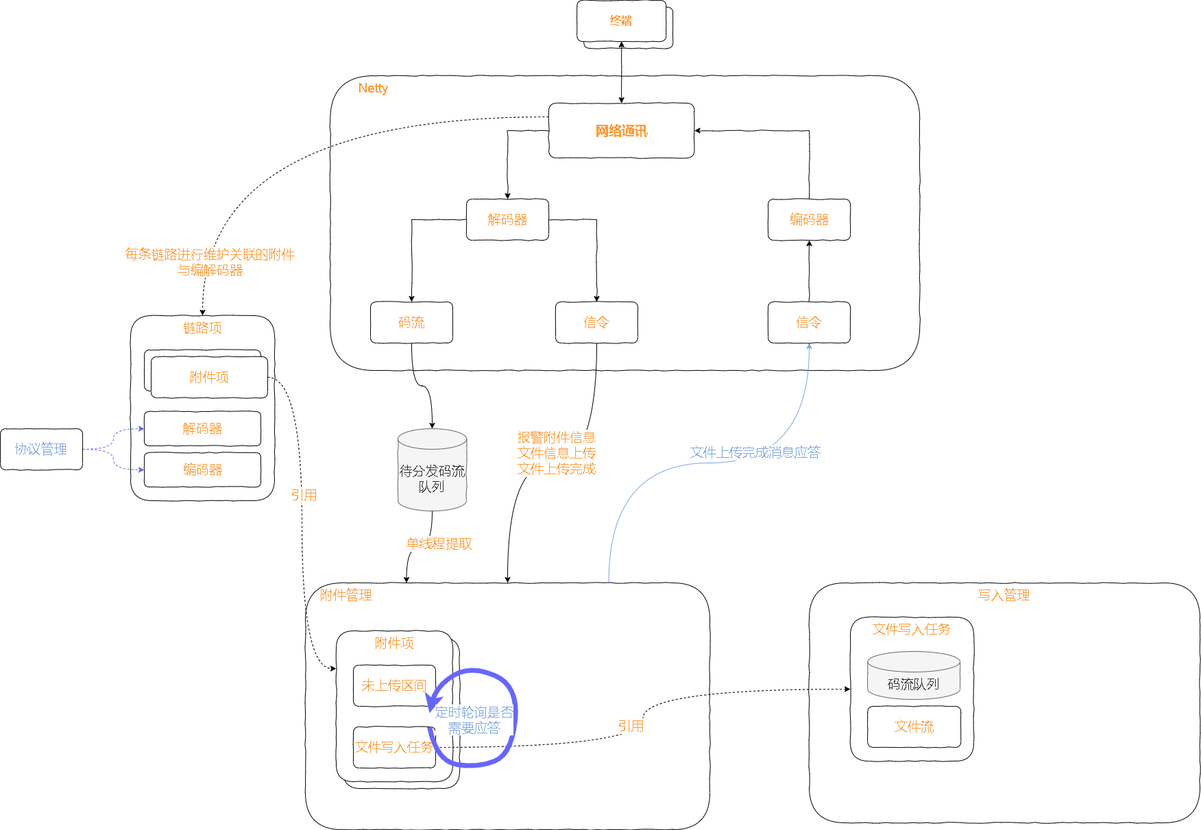
Earlier version of the draw.io export test.drawio.png (xktder/draw). Source tidied: cells renumbered, new cells last; positions are measured from the earlier drawing's top-left corner, leaving out a move shared by most shapes.
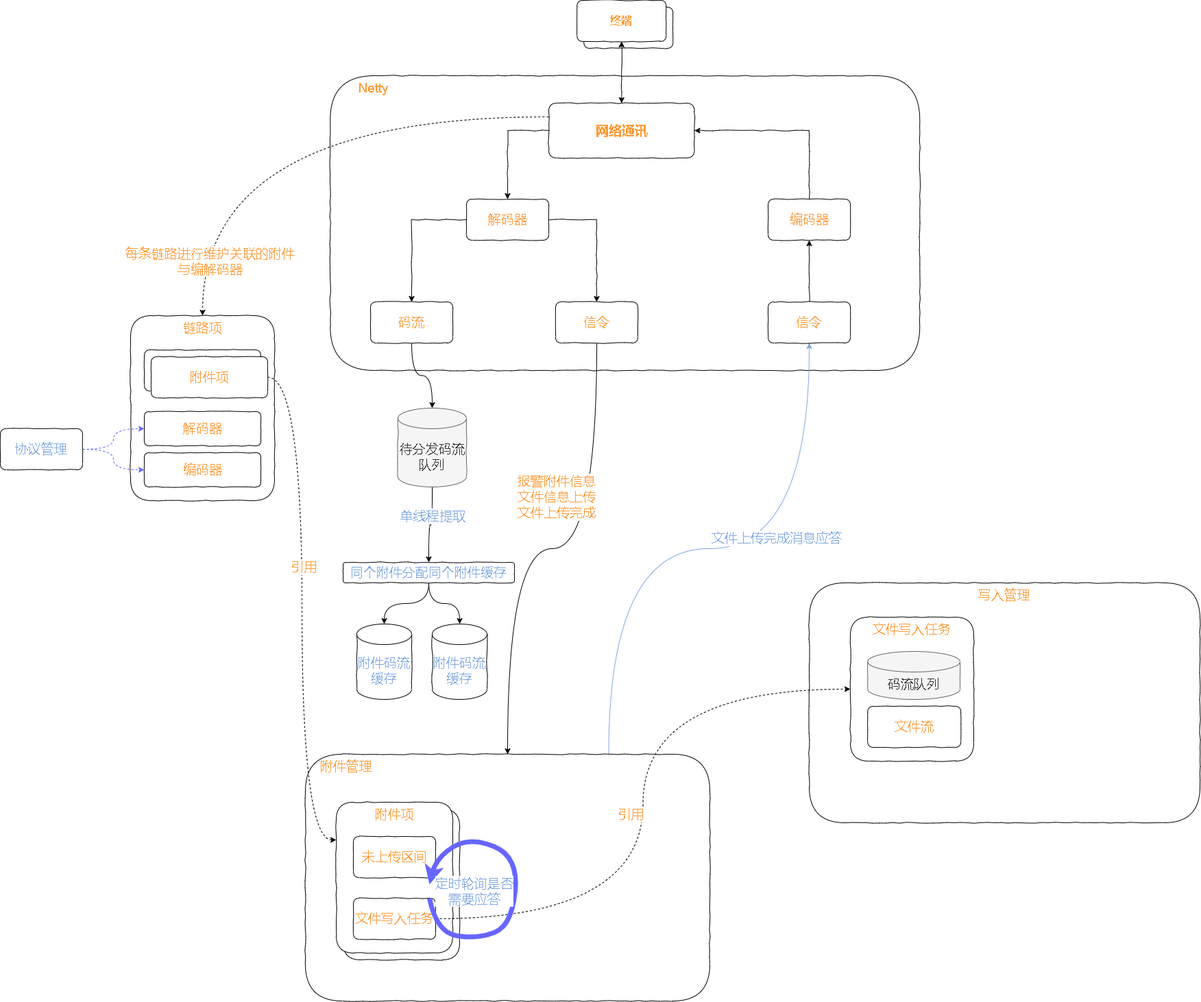
Later version of the same file.

What changed in the source:
```diff
@@ -17,7 +17,7 @@
       </mxGeometry>
     </mxCell>
     <mxCell id="6" value="&amp;nbsp; &amp;nbsp; 附件管理" style="rounded=1;whiteSpace=wrap;html=1;comic=1;fontSize=19;fontColor=#FF9933;strokeColor=default;gradientColor=none;verticalAlign=top;align=left;" parent="1" vertex="1">
-      <mxGeometry x="445" y="850" width="590" height="360" as="geometry" />
+      <mxGeometry x="445" y="1100" width="590" height="360" as="geometry" />
     </mxCell>
     <mxCell id="7" style="group;" parent="1" vertex="1">
       <mxGeometry x="841.2" width="140" height="70" as="geometry" />
@@ -83,17 +83,17 @@
     <mxCell id="26" value="信令" style="rounded=1;whiteSpace=wrap;html=1;comic=1;fontSize=19;fontColor=#FF9933;strokeColor=default;gradientColor=none;" parent="1" vertex="1">
       <mxGeometry x="1120" y="440" width="120" height="60" as="geometry" />
     </mxCell>
-    <mxCell id="27" style="edgeStyle=orthogonalEdgeStyle;curved=1;rounded=0;comic=0;jettySize=auto;html=1;entryX=0.25;entryY=0;entryDx=0;entryDy=0;fontSize=19;fontColor=#FF9933;startArrow=none;startFill=0;endArrow=classic;endFill=1;" parent="1" edge="1" source="29" target="6">
-      <mxGeometry relative="1" as="geometry" />
-    </mxCell>
+    <mxCell id="56" style="edgeStyle=orthogonalEdgeStyle;curved=1;rounded=0;comic=0;jettySize=auto;html=1;entryX=0.5;entryY=0;entryDx=0;entryDy=0;fontSize=19;fontColor=#7EA6E0;startArrow=none;startFill=0;endArrow=classic;endFill=1;strokeColor=#000000;strokeWidth=1;" parent="1" edge="1" source="29" target="61">
+      <mxGeometry relative="1" as="geometry" />
+    </mxCell>
-    <mxCell id="28" value="单线程提取" style="edgeLabel;html=1;align=center;verticalAlign=middle;fontSize=19;fontColor=#FF9933;" parent="27" vertex="1">
-      <mxGeometry x="-0.33" y="9" relative="1" as="geometry" />
+    <mxCell id="28" value="单线程提取" style="edgeLabel;html=1;align=center;verticalAlign=middle;fontSize=19;fontColor=#7EA6E0;" parent="56" vertex="1">
+      <mxGeometry x="-0.26" relative="1" as="geometry" />
     </mxCell>
     <mxCell id="29" value="待分发码流队列" style="shape=cylinder3;whiteSpace=wrap;html=1;boundedLbl=1;backgroundOutline=1;size=15;comic=1;fontSize=19;fontColor=#333333;strokeColor=#666666;fillColor=#f5f5f5;" parent="1" vertex="1">
-      <mxGeometry x="580" y="625" width="100" height="120" as="geometry" />
+      <mxGeometry x="580" y="595" width="100" height="115" as="geometry" />
     </mxCell>
     <mxCell id="30" style="group;" parent="1" vertex="1">
-      <mxGeometry x="490" y="920" width="180" height="230" as="geometry" />
+      <mxGeometry x="490" y="1170" width="180" height="230" as="geometry" />
     </mxCell>
     <mxCell id="31" style="group;" parent="30" vertex="1">
       <mxGeometry x="10" y="10" width="170" height="220" as="geometry" />
@@ -157,15 +157,15 @@
     </mxCell>
     <mxCell id="51" style="curved=1;endArrow=classic;html=1;rounded=0;comic=0;fontSize=19;fontColor=#9933FF;strokeColor=#6666FF;strokeWidth=7;" parent="1" edge="1">
       <mxGeometry relative="1" as="geometry">
-        <mxPoint x="626" y="1060" as="sourcePoint" />
-        <mxPoint x="626" y="1040" as="targetPoint" />
+        <mxPoint x="626" y="1310" as="sourcePoint" />
+        <mxPoint x="626" y="1290" as="targetPoint" />
         <Array as="points">
-          <mxPoint x="636" y="1110" />
-          <mxPoint x="696" y="1120" />
-          <mxPoint x="746" y="1100" />
-          <mxPoint x="756" y="1000" />
-          <mxPoint x="686" y="970" />
-          <mxPoint x="636" y="1000" />
+          <mxPoint x="636" y="1360" />
+          <mxPoint x="696" y="1370" />
+          <mxPoint x="746" y="1350" />
+          <mxPoint x="756" y="1250" />
+          <mxPoint x="686" y="1220" />
+          <mxPoint x="636" y="1250" />
         </Array>
       </mxGeometry>
     </mxCell>
@@ -183,5 +183,20 @@
     <mxCell id="55" value="协议管理" style="rounded=1;whiteSpace=wrap;html=1;comic=1;fontSize=19;fontColor=#7EA6E0;strokeColor=default;gradientColor=none;" parent="1" vertex="1">
       <mxGeometry y="625" width="120" height="60" as="geometry" />
     </mxCell>
+    <mxCell id="57" value="附件码流缓存" style="shape=cylinder3;whiteSpace=wrap;html=1;boundedLbl=1;backgroundOutline=1;size=15;comic=1;fontSize=19;fontColor=#7EA6E0;strokeColor=default;gradientColor=none;" parent="1" vertex="1">
+      <mxGeometry x="520" y="910" width="80" height="110" as="geometry" />
+    </mxCell>
+    <mxCell id="58" value="附件码流缓存" style="shape=cylinder3;whiteSpace=wrap;html=1;boundedLbl=1;backgroundOutline=1;size=15;comic=1;fontSize=19;fontColor=#7EA6E0;strokeColor=default;gradientColor=none;" parent="1" vertex="1">
+      <mxGeometry x="630" y="910" width="80" height="110" as="geometry" />
+    </mxCell>
+    <mxCell id="59" style="edgeStyle=orthogonalEdgeStyle;curved=1;rounded=0;comic=0;jettySize=auto;html=1;exitX=0.5;exitY=1;exitDx=0;exitDy=0;entryX=0.5;entryY=0;entryDx=0;entryDy=0;entryPerimeter=0;fontSize=19;fontColor=#7EA6E0;startArrow=none;startFill=0;endArrow=classic;endFill=1;strokeColor=#000000;strokeWidth=1;" parent="1" edge="1" source="61" target="57">
+      <mxGeometry relative="1" as="geometry" />
+    </mxCell>
+    <mxCell id="60" style="edgeStyle=orthogonalEdgeStyle;curved=1;rounded=0;comic=0;jettySize=auto;html=1;exitX=0.5;exitY=1;exitDx=0;exitDy=0;fontSize=19;fontColor=#7EA6E0;startArrow=none;startFill=0;endArrow=classic;endFill=1;strokeColor=#000000;strokeWidth=1;" parent="1" edge="1" source="61" target="58">
+      <mxGeometry relative="1" as="geometry" />
+    </mxCell>
+    <mxCell id="61" value="同个附件分配同个附件缓存" style="rounded=1;whiteSpace=wrap;html=1;comic=1;fontSize=19;fontColor=#7EA6E0;strokeColor=default;gradientColor=none;" parent="1" vertex="1">
+      <mxGeometry x="500" y="820" width="250" height="30" as="geometry" />
+    </mxCell>
   </root>
 </mxGraphModel>
```
